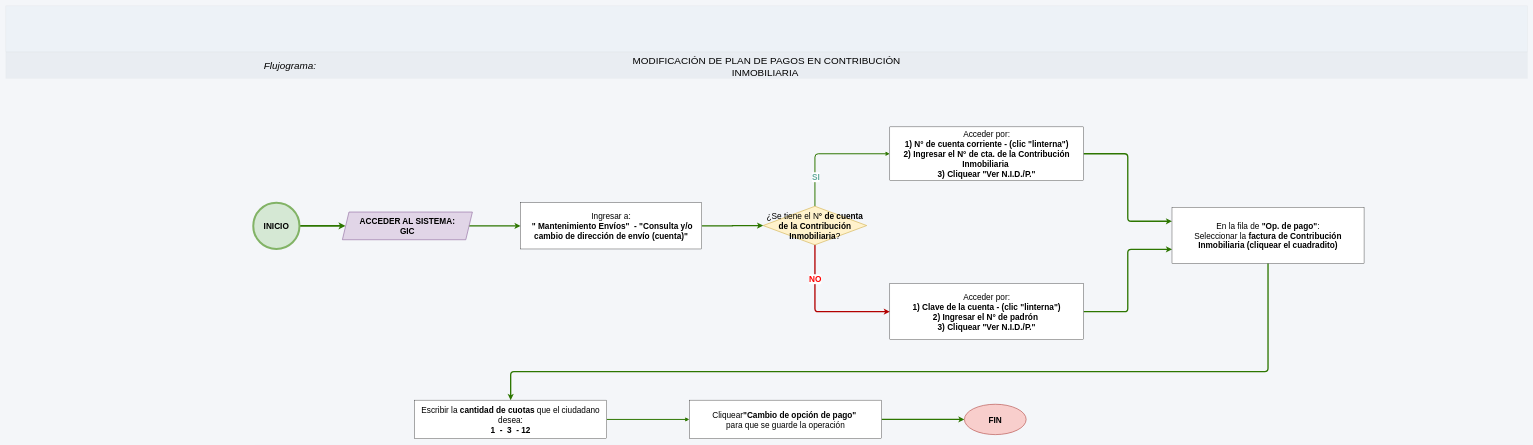
adlc20/Manual_de_procedimientos_ccz9 keeps this draw.io diagram as page "Cambio de cuotas" (4 of 6) of GIC_contribucion/GIC_contribucion.drawio. Above is the earlier version. Source tidied: cells renumbered, new cells numbered last; positions are measured from the earlier drawing's top-left corner, leaving out a move shared by most shapes. Both pictures are drawn from the tidied source at 33%, with x=0, y=0 at pixel (6, 6).
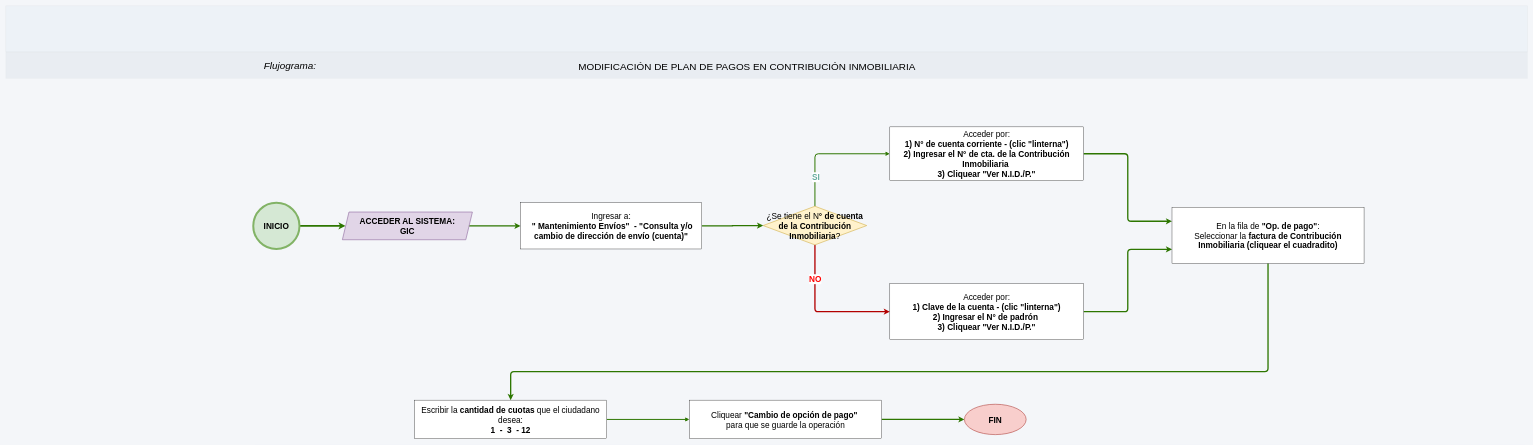
The same page after the edit.

What changed in the source:
```diff
@@
     <mxCell id="5" value="&lt;font style=&quot;font-size: 30px;&quot;&gt;MODIFICACIÓN DE PLAN DE PAGOS EN CONTRIBUCIÓN INMOBILIARIA&amp;nbsp;&lt;/font&gt;" style="text;html=1;whiteSpace=wrap;strokeColor=none;fillColor=none;align=center;verticalAlign=middle;rounded=0;" parent="1" vertex="1">
-      <mxGeometry x="1801.9" y="146" width="1007.1" height="74" as="geometry" />
+      <mxGeometry x="1677" y="146" width="1146.1" height="74" as="geometry" />
     </mxCell>
@@
-    <mxCell id="26" value="&lt;span style=&quot;font-size: 25px;&quot;&gt;Cliquear&lt;b&gt;&quot;Cambio de opción de pago&quot;&amp;nbsp;&lt;/b&gt;&lt;/span&gt;&lt;div&gt;&lt;span style=&quot;font-size: 25px;&quot;&gt;para que se guarde la operación&lt;/span&gt;&lt;/div&gt;" style="rounded=0;whiteSpace=wrap;html=1;" parent="1" vertex="1">
+    <mxCell id="26" value="&lt;span style=&quot;font-size: 25px;&quot;&gt;Cliquear&amp;nbsp;&lt;b&gt;&quot;Cambio de opción de pago&quot;&amp;nbsp;&lt;/b&gt;&lt;/span&gt;&lt;div&gt;&lt;span style=&quot;font-size: 25px;&quot;&gt;para que se guarde la operación&lt;/span&gt;&lt;/div&gt;" style="rounded=0;whiteSpace=wrap;html=1;" parent="1" vertex="1">
       <mxGeometry x="2072" y="1195" width="582" height="117" as="geometry" />
     </mxCell>
```
